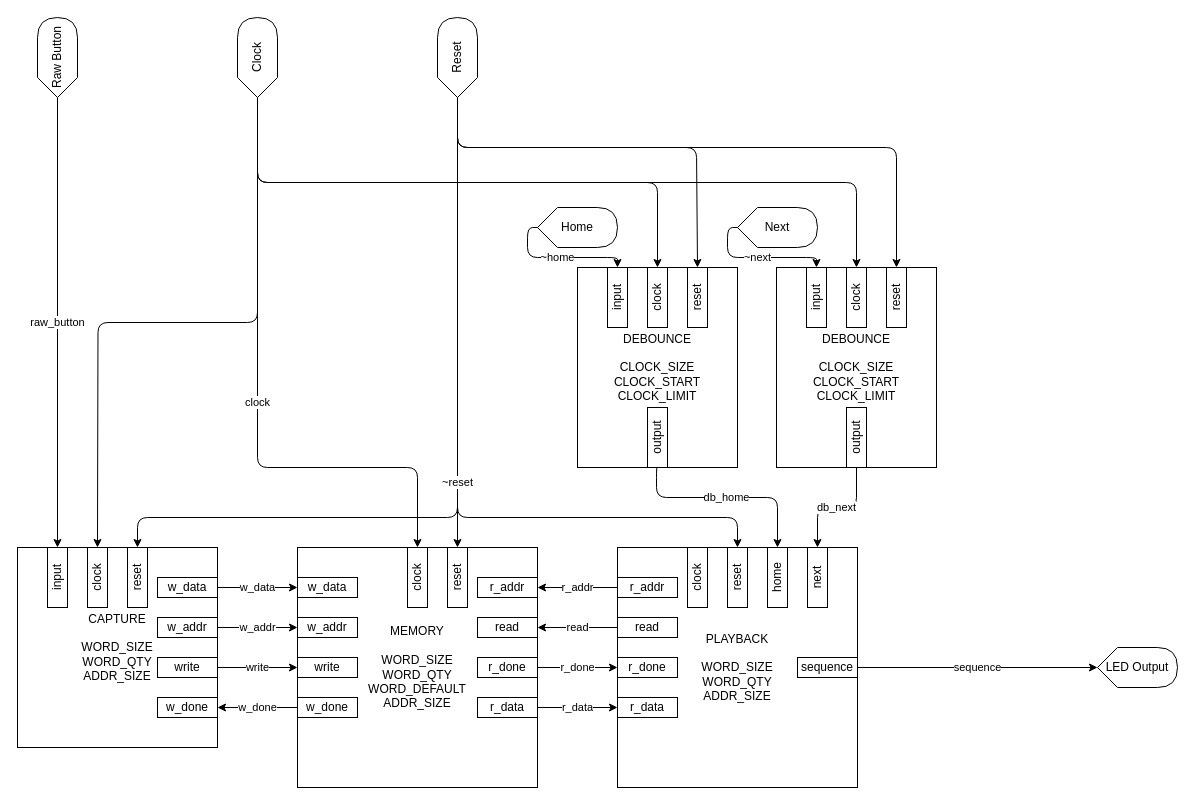
This is Documentation/System-Diagram.drawio from Jeffff212/Button-Tester, a draw.io file, before an edit. Source tidied: cells renumbered, new cells numbered last; positions are measured from the earlier drawing's top-left corner, leaving out a move shared by most shapes. Both pictures are drawn from the tidied source at 100%, with x=0, y=0 at pixel (17, 37).
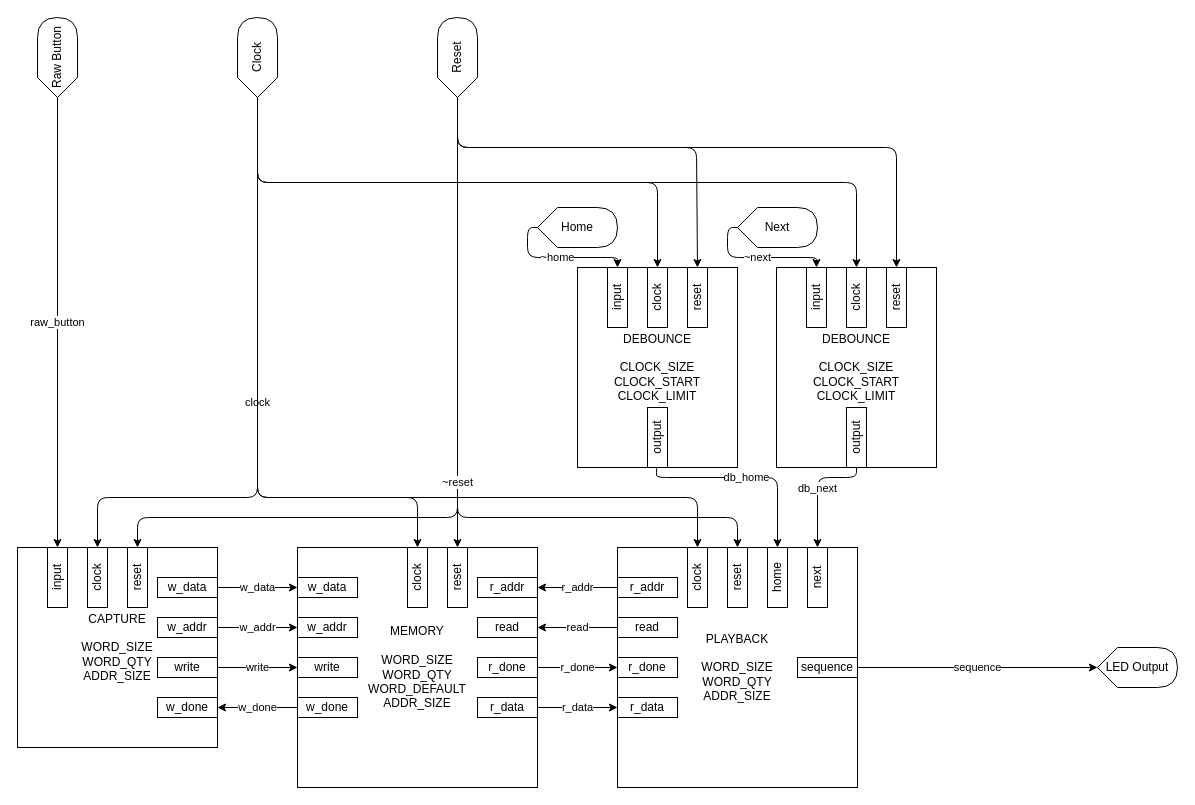
The same page after the edit.

Commit message:
Cleaned up System Diagram

The change refers to these unchanged cells:
```xml
<mxCell id="26" value="Clock" style="shape=display;whiteSpace=wrap;html=1;rotation=-90;" parent="1" vertex="1">
  <mxGeometry x="200" width="80" height="40" as="geometry" />
</mxCell>
<mxCell id="37" value="clock" style="rounded=0;whiteSpace=wrap;html=1;rotation=-90;" parent="31" vertex="1">
  <mxGeometry x="50" y="20" width="60" height="20" as="geometry" />
</mxCell>
<mxCell id="39" value="home" style="rounded=0;whiteSpace=wrap;html=1;rotation=-90;" parent="31" vertex="1">
  <mxGeometry x="130" y="20" width="60" height="20" as="geometry" />
</mxCell>
<mxCell id="40" value="next" style="rounded=0;whiteSpace=wrap;html=1;rotation=-90;" parent="31" vertex="1">
  <mxGeometry x="170" y="20" width="60" height="20" as="geometry" />
</mxCell>
<mxCell id="44" value="clock" style="rounded=0;whiteSpace=wrap;html=1;rotation=-90;" parent="42" vertex="1">
  <mxGeometry x="90" y="20" width="60" height="20" as="geometry" />
</mxCell>
<mxCell id="68" value="output" style="rounded=0;whiteSpace=wrap;html=1;rotation=-90;" parent="63" vertex="1">
  <mxGeometry x="50" y="160" width="60" height="20" as="geometry" />
</mxCell>
<mxCell id="74" value="output" style="rounded=0;whiteSpace=wrap;html=1;rotation=-90;" parent="69" vertex="1">
  <mxGeometry x="50" y="160" width="60" height="20" as="geometry" />
</mxCell>
```

What changed in the source:
```diff
@@
     <mxCell id="20" value="db_home" style="edgeStyle=orthogonalEdgeStyle;html=1;exitX=0;exitY=0.5;exitDx=0;exitDy=0;entryX=1;entryY=0.5;entryDx=0;entryDy=0;" parent="1" edge="1" source="74" target="39">
       <mxGeometry relative="1" as="geometry">
         <Array as="points">
-          <mxPoint x="639" y="460" />
-          <mxPoint x="760" y="460" />
+          <mxPoint x="639" y="430" />
+          <mxPoint x="639" y="440" />
+          <mxPoint x="760" y="440" />
         </Array>
       </mxGeometry>
     </mxCell>
     <mxCell id="21" value="db_next" style="edgeStyle=orthogonalEdgeStyle;html=1;exitX=0;exitY=0.5;exitDx=0;exitDy=0;entryX=1;entryY=0.5;entryDx=0;entryDy=0;" parent="1" edge="1" source="68" target="40">
-      <mxGeometry relative="1" as="geometry" />
+      <mxGeometry relative="1" as="geometry">
+        <Array as="points">
+          <mxPoint x="839" y="440" />
+          <mxPoint x="800" y="440" />
+        </Array>
+      </mxGeometry>
     </mxCell>
     <mxCell id="22" style="edgeStyle=orthogonalEdgeStyle;html=1;exitX=0;exitY=0.5;exitDx=0;exitDy=0;exitPerimeter=0;" parent="1" edge="1" source="26">
       <mxGeometry relative="1" as="geometry">
         <mxPoint x="80" y="510" as="targetPoint" />
+        <Array as="points">
+          <mxPoint x="240" y="460" />
+          <mxPoint x="80" y="460" />
+        </Array>
       </mxGeometry>
     </mxCell>
     <mxCell id="23" value="clock" style="edgeStyle=orthogonalEdgeStyle;html=1;exitX=0;exitY=0.5;exitDx=0;exitDy=0;exitPerimeter=0;entryX=1;entryY=0.5;entryDx=0;entryDy=0;" parent="1" edge="1" source="26" target="44">
       <mxGeometry relative="1" as="geometry">
         <Array as="points">
-          <mxPoint x="240" y="430" />
-          <mxPoint x="400" y="430" />
+          <mxPoint x="240" y="460" />
+          <mxPoint x="400" y="460" />
         </Array>
       </mxGeometry>
     </mxCell>
@@
+    <mxCell id="75" style="edgeStyle=orthogonalEdgeStyle;html=1;exitX=0;exitY=0.5;exitDx=0;exitDy=0;exitPerimeter=0;entryX=1;entryY=0.5;entryDx=0;entryDy=0;" parent="1" edge="1" source="26" target="37">
+      <mxGeometry relative="1" as="geometry">
+        <Array as="points">
+          <mxPoint x="240" y="460" />
+          <mxPoint x="680" y="460" />
+        </Array>
+      </mxGeometry>
+    </mxCell>
```
